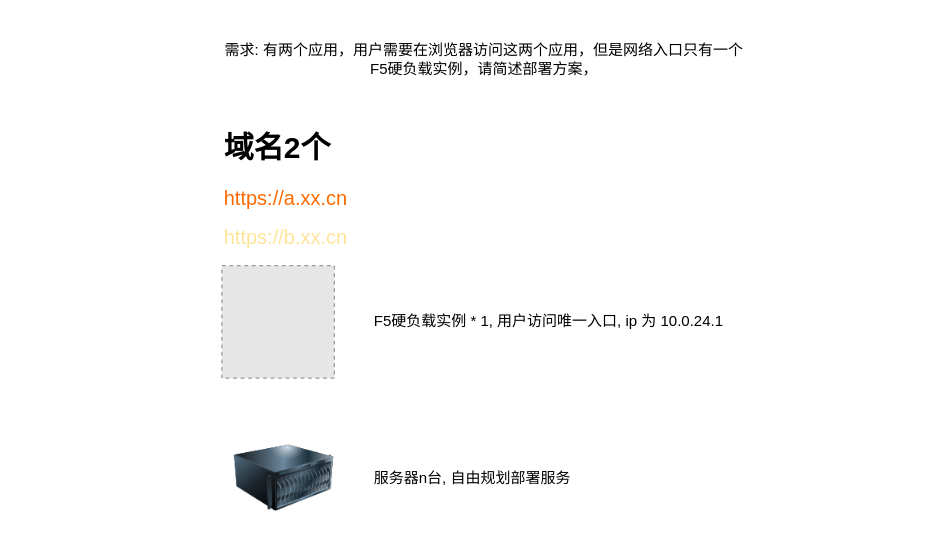
Before: 面试-架构-1 的副本.drawio in casesdev/draw.io, a draw.io diagram. Source tidied: cells renumbered, new cells numbered last; positions are measured from the earlier drawing's top-left corner, leaving out a move shared by most shapes. Both pictures are drawn from the tidied source at 125%, with x=0, y=0 at pixel (221, 34). Pictures stored in the file or linked from it are replaced by grey dashed boxes.
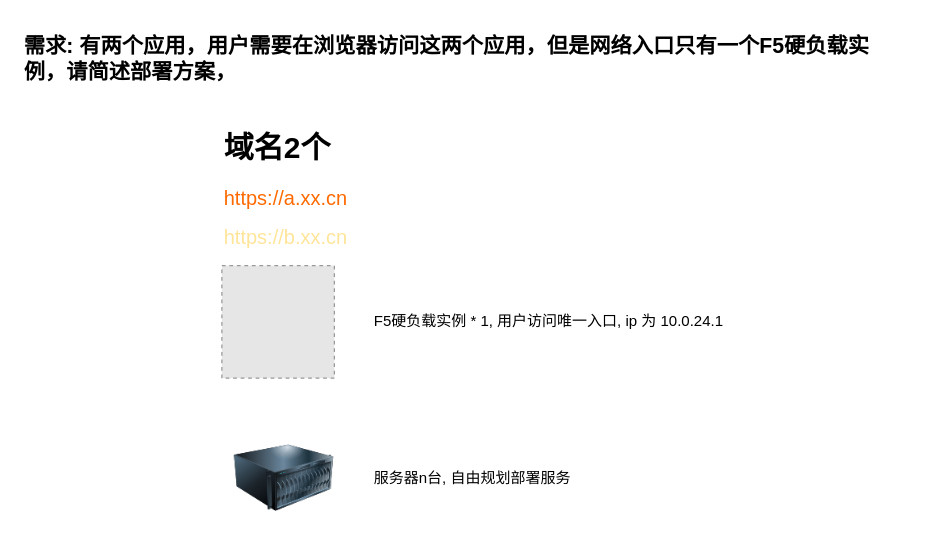
The same diagram, later.

Commit message:
更新面试-架构-1 的副本.drawio

What changed in the source:
```diff
@@
 <mxGraphModel>
   <root>
     <mxCell id="0" />
     <mxCell id="1" parent="0" />
     <mxCell id="2" style="fillColor=#E6E6E6;strokeColor=#999999;dashed=1;verticalLabelPosition=bottom;labelBackgroundColor=default;verticalAlign=top;" parent="1" vertex="1">
       <mxGeometry y="185" width="90" height="90" as="geometry" />
     </mxCell>
     <mxCell id="3" value="F5硬负载实例 * 1, 用户访问唯一入口, ip 为 10.0.24.1" style="text;html=1;align=left;verticalAlign=middle;whiteSpace=wrap;rounded=0;" parent="1" vertex="1">
       <mxGeometry x="120" y="215" width="318" height="30" as="geometry" />
     </mxCell>
     <mxCell id="4" style="image;html=1;image=img/lib/clip_art/computers/Server_128x128.png;" parent="1" vertex="1">
       <mxGeometry x="10" y="315" width="80" height="80" as="geometry" />
     </mxCell>
     <mxCell id="5" value="服务器n台, 自由规划部署服务" style="text;html=1;align=left;verticalAlign=middle;whiteSpace=wrap;rounded=0;" parent="1" vertex="1">
       <mxGeometry x="120" y="340" width="318" height="30" as="geometry" />
     </mxCell>
     <mxCell id="6" value="&lt;h1 style=&quot;margin-top: 0px;&quot;&gt;域名2个&lt;/h1&gt;&lt;p&gt;&lt;span style=&quot;color: rgb(255, 106, 0); text-align: center; text-wrap-mode: nowrap; background-color: rgb(255, 255, 255);&quot;&gt;&lt;font style=&quot;font-size: 16px;&quot;&gt;https://a.xx.cn&lt;/font&gt;&lt;/span&gt;&lt;/p&gt;&lt;p&gt;&lt;span style=&quot;color: rgb(255, 106, 0); text-align: center; text-wrap-mode: nowrap; background-color: rgb(255, 255, 255);&quot;&gt;&lt;span style=&quot;color: rgb(255, 229, 153);&quot;&gt;&lt;font style=&quot;font-size: 16px;&quot;&gt;https://b.xx.cn&lt;/font&gt;&lt;/span&gt;&lt;/span&gt;&lt;/p&gt;" style="text;html=1;whiteSpace=wrap;overflow=hidden;rounded=0;" parent="1" vertex="1">
       <mxGeometry y="70" width="176" height="105" as="geometry" />
     </mxCell>
-    <mxCell id="7" value="需求: 有两个应用，用户需要在浏览器访问这两个应用，但是网络入口只有一个F5硬负载实例，请简述部署方案，" style="text;html=1;align=center;verticalAlign=middle;whiteSpace=wrap;rounded=0;" parent="1" vertex="1">
-      <mxGeometry width="420" height="40" as="geometry" />
+    <mxCell id="7" value="&lt;b&gt;&lt;font style=&quot;font-size: 17px;&quot;&gt;需求: 有两个应用，用户需要在浏览器访问这两个应用，但是网络入口只有一个F5硬负载实例，请简述部署方案，&lt;/font&gt;&lt;/b&gt;" style="text;html=1;align=left;verticalAlign=middle;whiteSpace=wrap;rounded=0;" parent="1" vertex="1">
+      <mxGeometry x="-160" y="-10" width="710" height="60" as="geometry" />
     </mxCell>
   </root>
 </mxGraphModel>
```
